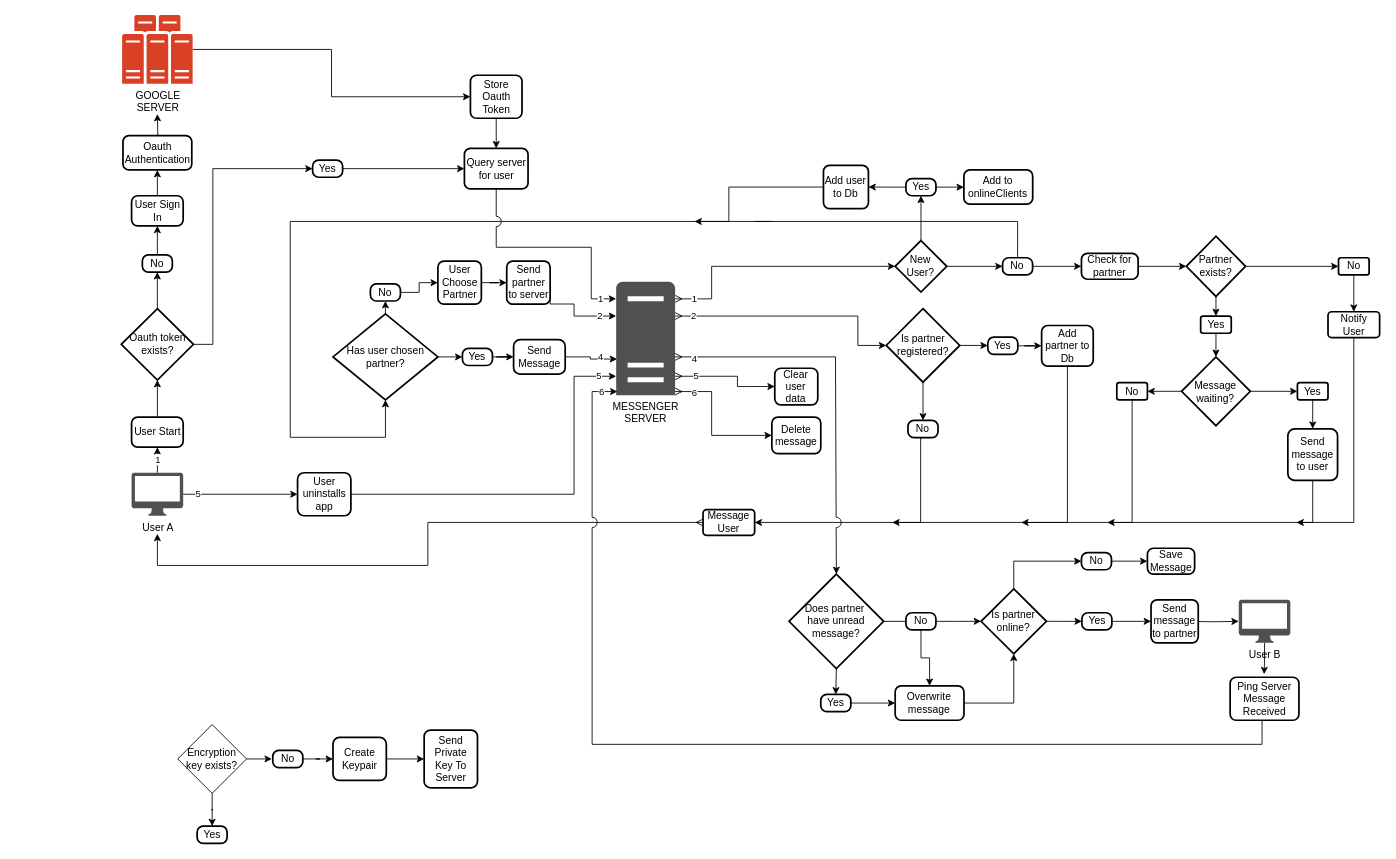
gitupwithit/mini_messenger_extension keeps this draw.io diagram as mini_messenger_flowchart.drawio. Above is the earlier version. Source tidied: cells renumbered, new cells numbered last; positions are measured from the earlier drawing's top-left corner, leaving out a move shared by most shapes. Both pictures are drawn from the tidied source at 86%, with x=0, y=0 at pixel (120, 15).
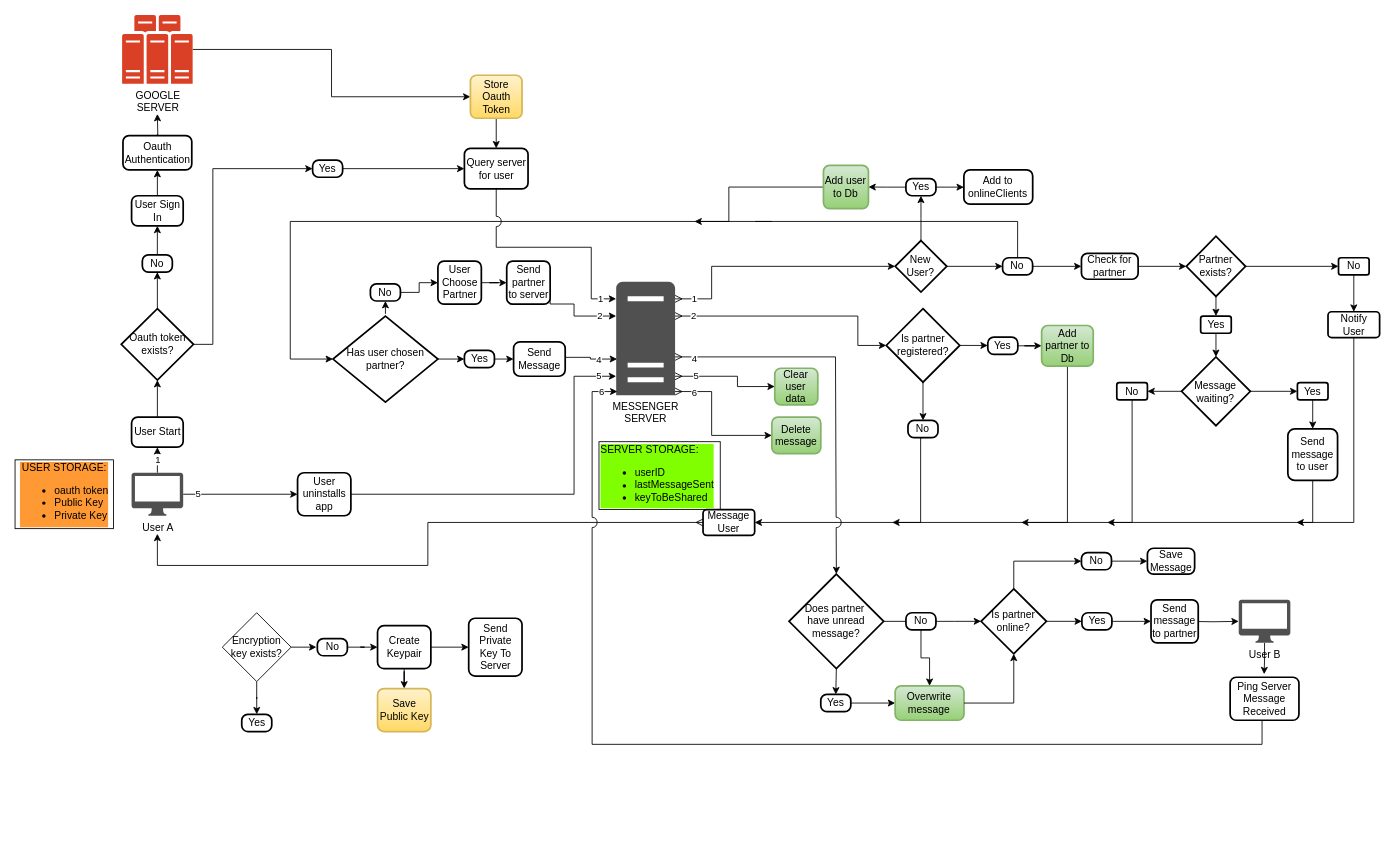
Above is the later version.

Unchanged cells that the change refers to:
```xml
<mxCell id="124" style="edgeStyle=orthogonalEdgeStyle;rounded=0;jettySize=auto;html=1;entryX=0.015;entryY=0.682;entryDx=0;entryDy=0;entryPerimeter=0;" parent="1" edge="1" source="65" target="8">
  <mxGeometry relative="1" as="geometry">
    <Array as="points">
      <mxPoint x="546" y="398" />
      <mxPoint x="546" y="400" />
    </Array>
  </mxGeometry>
</mxCell>
```

Diff of the diagram source:
```diff
@@
-    <mxCell id="13" value="Store&lt;div&gt;Oauth&lt;/div&gt;&lt;div&gt;Token&lt;/div&gt;" style="rounded=1;whiteSpace=wrap;html=1;absoluteArcSize=1;arcSize=14;strokeWidth=2;" parent="1" vertex="1">
+    <mxCell id="13" value="Store&lt;div&gt;Oauth&lt;/div&gt;&lt;div&gt;Token&lt;/div&gt;" style="rounded=1;whiteSpace=wrap;html=1;absoluteArcSize=1;arcSize=14;strokeWidth=2;fillColor=#fff2cc;strokeColor=#d6b656;gradientColor=#ffd966;" parent="1" vertex="1">
       <mxGeometry x="406.5" y="70" width="60" height="50" as="geometry" />
     </mxCell>
@@
-    <mxCell id="24" value="Add user to Db" style="whiteSpace=wrap;html=1;rounded=1;arcSize=14;strokeWidth=2;" parent="1" vertex="1">
+    <mxCell id="24" value="Add user to Db" style="whiteSpace=wrap;html=1;rounded=1;arcSize=14;strokeWidth=2;fillColor=#d5e8d4;strokeColor=#82b366;gradientColor=#97d077;" parent="1" vertex="1">
       <mxGeometry x="817" y="174.9" width="52.3" height="50.1" as="geometry" />
     </mxCell>
@@
-    <mxCell id="26" style="edgeStyle=orthogonalEdgeStyle;rounded=0;jettySize=auto;html=1;flowAnimation=1;jumpStyle=arc;jumpSize=12;" parent="1" edge="1" target="46">
+    <mxCell id="26" style="edgeStyle=orthogonalEdgeStyle;rounded=0;jettySize=auto;html=1;flowAnimation=1;jumpStyle=arc;jumpSize=12;entryX=0;entryY=0.5;entryDx=0;entryDy=0;entryPerimeter=0;" parent="1" edge="1" target="46">
       <mxGeometry relative="1" as="geometry">
         <mxPoint x="707" y="215" as="sourcePoint" />
         <Array as="points">
           <mxPoint x="707" y="240" />
           <mxPoint x="197" y="240" />
-          <mxPoint x="197" y="491" />
+          <mxPoint x="197" y="400" />
+          <mxPoint x="247" y="400" />
         </Array>
       </mxGeometry>
     </mxCell>
@@
     <mxCell id="46" value="Has user chosen partner?" style="strokeWidth=2;html=1;shape=mxgraph.flowchart.decision;whiteSpace=wrap;" parent="1" vertex="1">
-      <mxGeometry x="246.7" y="347.5" width="122" height="100" as="geometry" />
+      <mxGeometry x="246.7" y="350" width="122" height="100" as="geometry" />
     </mxCell>
-    <mxCell id="47" style="edgeStyle=orthogonalEdgeStyle;rounded=0;jettySize=auto;html=1;" parent="1" edge="1" source="48" target="65">
+    <mxCell id="47" style="edgeStyle=orthogonalEdgeStyle;rounded=0;jettySize=auto;html=1;exitX=1;exitY=0.5;exitDx=0;exitDy=0;entryX=0;entryY=0.5;entryDx=0;entryDy=0;" parent="1" edge="1" source="48" target="65">
       <mxGeometry relative="1" as="geometry" />
     </mxCell>
     <mxCell id="48" value="Yes" style="rounded=1;whiteSpace=wrap;html=1;absoluteArcSize=1;arcSize=14;strokeWidth=2;" parent="1" vertex="1">
-      <mxGeometry x="397.2" y="387.5" width="34.9" height="20" as="geometry" />
+      <mxGeometry x="399.5" y="390" width="34.9" height="20" as="geometry" />
     </mxCell>
@@
-    <mxCell id="64" value="Add partner to Db" style="rounded=1;whiteSpace=wrap;html=1;absoluteArcSize=1;arcSize=14;strokeWidth=2;" parent="1" vertex="1">
+    <mxCell id="64" value="Add partner to Db" style="rounded=1;whiteSpace=wrap;html=1;absoluteArcSize=1;arcSize=14;strokeWidth=2;fillColor=#d5e8d4;strokeColor=#82b366;gradientColor=#97d077;" parent="1" vertex="1">
       <mxGeometry x="1070.7" y="361" width="60" height="47.2" as="geometry" />
     </mxCell>
     <mxCell id="65" value="Send Message" style="rounded=1;whiteSpace=wrap;html=1;absoluteArcSize=1;arcSize=15;strokeWidth=2;" parent="1" vertex="1">
-      <mxGeometry x="456.7" y="377.5" width="60" height="40" as="geometry" />
+      <mxGeometry x="456.7" y="380" width="60" height="40" as="geometry" />
     </mxCell>
@@
-    <mxCell id="93" value="Clear&lt;div&gt;user&lt;/div&gt;&lt;div&gt;data&lt;/div&gt;" style="rounded=1;whiteSpace=wrap;html=1;absoluteArcSize=1;arcSize=14;strokeWidth=2;" parent="1" vertex="1">
+    <mxCell id="93" value="Clear&lt;div&gt;user&lt;/div&gt;&lt;div&gt;data&lt;/div&gt;" style="rounded=1;whiteSpace=wrap;html=1;absoluteArcSize=1;arcSize=14;strokeWidth=2;fillColor=#d5e8d4;gradientColor=#97d077;strokeColor=#82b366;" parent="1" vertex="1">
       <mxGeometry x="760.4" y="410.7" width="50" height="42.5" as="geometry" />
     </mxCell>
@@
-    <mxCell id="95" value="Overwrite&lt;div&gt;message&lt;/div&gt;" style="rounded=1;whiteSpace=wrap;html=1;absoluteArcSize=1;arcSize=14;strokeWidth=2;" parent="1" vertex="1">
+    <mxCell id="95" value="Overwrite&lt;div&gt;message&lt;/div&gt;" style="rounded=1;whiteSpace=wrap;html=1;absoluteArcSize=1;arcSize=14;strokeWidth=2;fillColor=#d5e8d4;gradientColor=#97d077;strokeColor=#82b366;" parent="1" vertex="1">
       <mxGeometry x="900.4" y="780" width="80" height="40" as="geometry" />
     </mxCell>
@@
-    <mxCell id="99" value="Delete message" style="rounded=1;whiteSpace=wrap;html=1;absoluteArcSize=1;arcSize=14;strokeWidth=2;" parent="1" vertex="1">
+    <mxCell id="99" value="Delete message" style="rounded=1;whiteSpace=wrap;html=1;absoluteArcSize=1;arcSize=14;strokeWidth=2;fillColor=#d5e8d4;gradientColor=#97d077;strokeColor=#82b366;" parent="1" vertex="1">
       <mxGeometry x="757" y="467.5" width="56.9" height="42.5" as="geometry" />
     </mxCell>
@@
     <mxCell id="115" value="Encryption key exists?" style="rhombus;whiteSpace=wrap;html=1;" parent="1" vertex="1">
-      <mxGeometry x="66.2" y="825" width="80" height="80" as="geometry" />
+      <mxGeometry x="118" y="695" width="80" height="80" as="geometry" />
     </mxCell>
     <mxCell id="116" value="Yes" style="rounded=1;whiteSpace=wrap;html=1;absoluteArcSize=1;arcSize=14;strokeWidth=2;" parent="1" vertex="1">
-      <mxGeometry x="88.7" y="943.1" width="34.9" height="20" as="geometry" />
+      <mxGeometry x="140.6" y="813.1" width="34.9" height="20" as="geometry" />
     </mxCell>
@@
     <mxCell id="118" value="No" style="rounded=1;whiteSpace=wrap;html=1;absoluteArcSize=1;arcSize=14;strokeWidth=2;" parent="1" vertex="1">
-      <mxGeometry x="176.7" y="855" width="34.9" height="20" as="geometry" />
+      <mxGeometry x="228.5" y="725" width="34.9" height="20" as="geometry" />
     </mxCell>
@@
+    <mxCell id="126" style="edgeStyle=orthogonalEdgeStyle;rounded=0;jettySize=auto;html=1;entryX=0.5;entryY=0;entryDx=0;entryDy=0;" parent="1" edge="1" source="120" target="127">
+      <mxGeometry relative="1" as="geometry" />
+    </mxCell>
     <mxCell id="120" value="Create Keypair" style="rounded=1;whiteSpace=wrap;html=1;absoluteArcSize=1;arcSize=15;strokeWidth=2;" parent="1" vertex="1">
-      <mxGeometry x="246.7" y="840" width="62" height="50" as="geometry" />
+      <mxGeometry x="298.5" y="710" width="62" height="50" as="geometry" />
     </mxCell>
     <mxCell id="121" value="Send Private Key To Server" style="rounded=1;whiteSpace=wrap;html=1;absoluteArcSize=1;arcSize=15;strokeWidth=2;" parent="1" vertex="1">
-      <mxGeometry x="352.7" y="831.4" width="62" height="67.2" as="geometry" />
+      <mxGeometry x="404.5" y="701.4" width="62" height="67.2" as="geometry" />
     </mxCell>
@@
     <mxCell id="125" value="4" style="edgeLabel;html=1;align=center;verticalAlign=middle;" parent="124" vertex="1">
       <mxGeometry x="0.63" relative="1" as="geometry">
-        <mxPoint x="-8" y="-3" as="offset" />
+        <mxPoint x="-10" as="offset" />
       </mxGeometry>
     </mxCell>
+    <mxCell id="127" value="Save Public Key" style="rounded=1;whiteSpace=wrap;html=1;absoluteArcSize=1;arcSize=15;strokeWidth=2;fillColor=#fff2cc;strokeColor=#d6b656;gradientColor=#ffd966;" parent="1" vertex="1">
+      <mxGeometry x="298.5" y="783.1" width="62" height="50" as="geometry" />
+    </mxCell>
+    <mxCell id="128" value="USER STORAGE:&lt;div&gt;&lt;div style=&quot;&quot;&gt;&lt;ul&gt;&lt;li style=&quot;text-align: left;&quot;&gt;oauth token&lt;/li&gt;&lt;li style=&quot;text-align: left;&quot;&gt;Public Key&lt;/li&gt;&lt;li style=&quot;text-align: left;&quot;&gt;Private Key&lt;/li&gt;&lt;/ul&gt;&lt;/div&gt;&lt;div&gt;&lt;br&gt;&lt;/div&gt;&lt;/div&gt;" style="text;strokeColor=default;fillColor=none;html=1;whiteSpace=wrap;verticalAlign=middle;overflow=hidden;align=center;labelBackgroundColor=#FF9933;" parent="1" vertex="1">
+      <mxGeometry x="-123" y="517.2" width="114.5" height="80" as="geometry" />
+    </mxCell>
+    <mxCell id="129" value="&lt;div&gt;SERVER STORAGE:&lt;/div&gt;&lt;ul&gt;&lt;li&gt;userID&lt;/li&gt;&lt;li&gt;lastMessageSent&lt;/li&gt;&lt;li&gt;keyToBeShared&lt;/li&gt;&lt;/ul&gt;" style="text;strokeColor=default;fillColor=none;html=1;whiteSpace=wrap;verticalAlign=middle;overflow=hidden;labelBackgroundColor=#80FF00;align=left;" parent="1" vertex="1">
+      <mxGeometry x="556" y="496.1" width="141" height="78.9" as="geometry" />
+    </mxCell>
```
